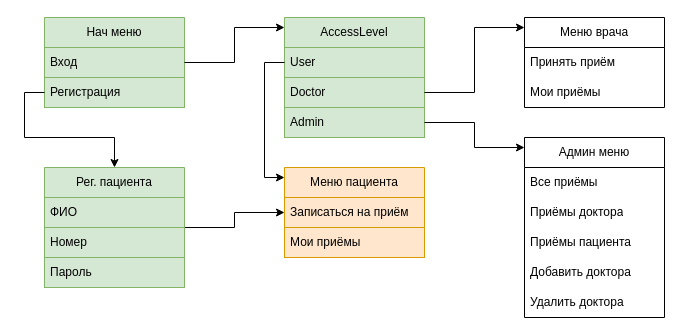
Zzior/clinic-app keeps this draw.io diagram as doc/interface.drawio. Above is the earlier version. Source tidied: cells renumbered, new cells numbered last; positions are measured from the earlier drawing's top-left corner, leaving out a move shared by most shapes. Both pictures are drawn from the tidied source at 100%, with x=0, y=0 at pixel (44, 17).
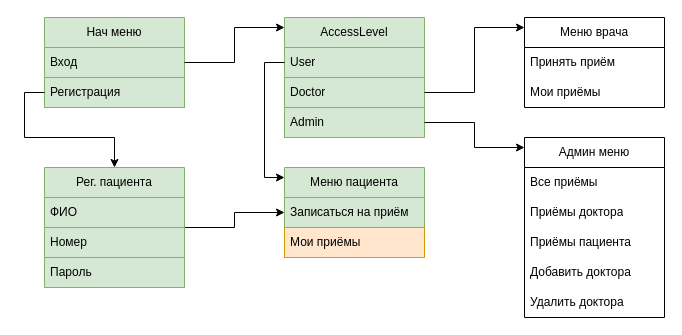
Above is the later version.

Diff of the diagram source:
```diff
@@
-    <mxCell id="14" value="Меню пациента" style="swimlane;fontStyle=0;horizontal=1;startSize=30;whiteSpace=wrap;html=1;fillColor=#ffe6cc;strokeColor=#d79b00;" parent="1" vertex="1">
+    <mxCell id="14" value="Меню пациента" style="swimlane;fontStyle=0;horizontal=1;startSize=30;whiteSpace=wrap;html=1;fillColor=#d5e8d4;strokeColor=#82b366;" parent="1" vertex="1">
       <mxGeometry x="240" y="150" width="140" height="90" as="geometry" />
     </mxCell>
-    <mxCell id="15" value="Записаться на приём" style="text;strokeColor=#d79b00;fillColor=#ffe6cc;align=left;verticalAlign=middle;spacingLeft=4;spacingRight=4;overflow=hidden;whiteSpace=wrap;html=1;" parent="14" vertex="1">
+    <mxCell id="15" value="Записаться на приём" style="text;strokeColor=#82b366;fillColor=#d5e8d4;align=left;verticalAlign=middle;spacingLeft=4;spacingRight=4;overflow=hidden;whiteSpace=wrap;html=1;" parent="14" vertex="1">
       <mxGeometry y="30" width="140" height="30" as="geometry" />
     </mxCell>
-    <mxCell id="16" value="Мои приёмы" style="text;strokeColor=#d79b00;fillColor=#ffe6cc;align=left;verticalAlign=middle;spacingLeft=4;spacingRight=4;overflow=hidden;whiteSpace=wrap;html=1;" parent="14" vertex="1">
+    <mxCell id="16" value="Мои приёмы" style="text;align=left;verticalAlign=middle;spacingLeft=4;spacingRight=4;overflow=hidden;whiteSpace=wrap;html=1;fillColor=#ffe6cc;strokeColor=#d79b00;" parent="14" vertex="1">
       <mxGeometry y="60" width="140" height="30" as="geometry" />
     </mxCell>
```
